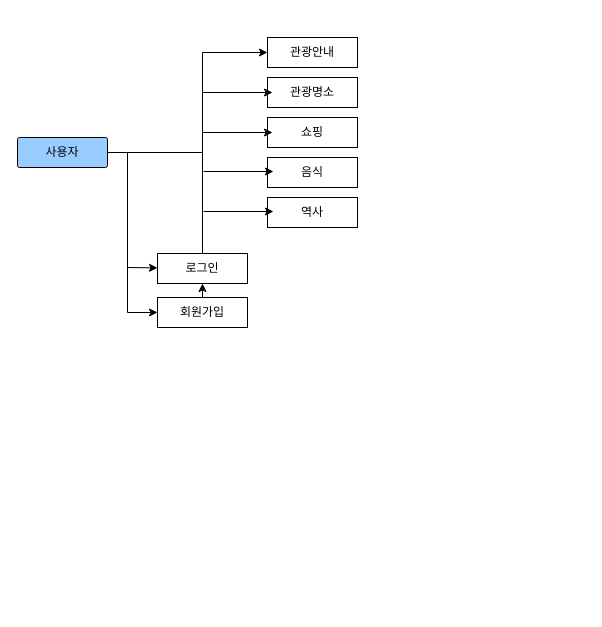
Before: UI Process.drawio in NAMSONGYOON/html5, a draw.io diagram. Source tidied: cells renumbered, new cells numbered last; positions are measured from the earlier drawing's top-left corner, leaving out a move shared by most shapes. Both pictures are drawn from the tidied source at 100%, with x=0, y=0 at pixel (17, 37).
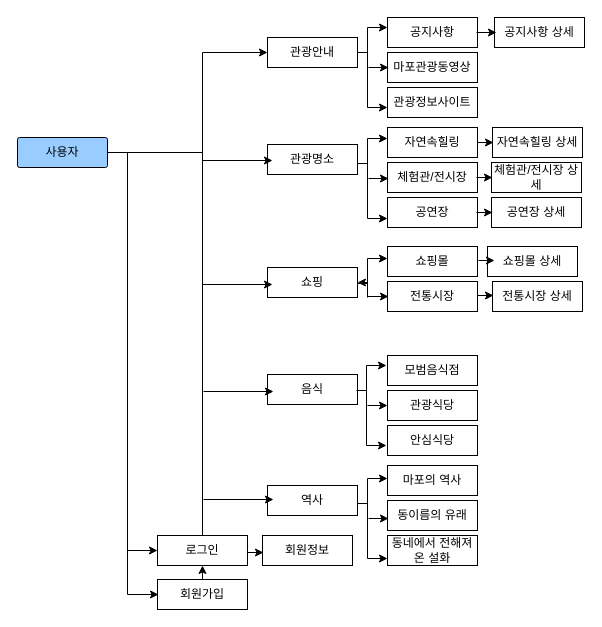
After the change.

Unchanged cells that the change refers to:
```xml
<mxCell id="2" value="사용자" style="rounded=1;whiteSpace=wrap;html=1;fillColor=#99CCFF;arcSize=7;" parent="1" vertex="1">
  <mxGeometry y="100" width="90" height="30" as="geometry" />
</mxCell>
<mxCell id="5" value="관광안내" style="rounded=0;whiteSpace=wrap;html=1;fillColor=#FFFFFF;" parent="1" vertex="1">
  <mxGeometry x="250" width="90" height="30" as="geometry" />
</mxCell>
```

What changed in the source:
```diff
@@
     <mxCell id="3" value="로그인" style="rounded=0;whiteSpace=wrap;html=1;fillColor=#FFFFFF;" parent="1" vertex="1">
-      <mxGeometry x="140" y="216" width="90" height="30" as="geometry" />
+      <mxGeometry x="140" y="498" width="90" height="30" as="geometry" />
     </mxCell>
     <mxCell id="4" value="회원가입" style="rounded=0;whiteSpace=wrap;html=1;fillColor=#FFFFFF;" parent="1" vertex="1">
-      <mxGeometry x="140" y="260" width="90" height="30" as="geometry" />
+      <mxGeometry x="140" y="542" width="90" height="30" as="geometry" />
     </mxCell>
@@
     <mxCell id="6" value="관광명소" style="rounded=0;whiteSpace=wrap;html=1;fillColor=#FFFFFF;" parent="1" vertex="1">
-      <mxGeometry x="250" y="40" width="90" height="30" as="geometry" />
+      <mxGeometry x="250" y="107" width="90" height="30" as="geometry" />
     </mxCell>
     <mxCell id="7" value="쇼핑" style="rounded=0;whiteSpace=wrap;html=1;fillColor=#FFFFFF;" parent="1" vertex="1">
-      <mxGeometry x="250" y="80" width="90" height="30" as="geometry" />
+      <mxGeometry x="250" y="230" width="90" height="30" as="geometry" />
     </mxCell>
     <mxCell id="8" value="음식" style="rounded=0;whiteSpace=wrap;html=1;fillColor=#FFFFFF;" parent="1" vertex="1">
-      <mxGeometry x="250" y="120" width="90" height="30" as="geometry" />
+      <mxGeometry x="250" y="337" width="90" height="30" as="geometry" />
     </mxCell>
     <mxCell id="9" value="역사" style="rounded=0;whiteSpace=wrap;html=1;fillColor=#FFFFFF;" parent="1" vertex="1">
-      <mxGeometry x="250" y="160" width="90" height="30" as="geometry" />
+      <mxGeometry x="250" y="448" width="90" height="30" as="geometry" />
     </mxCell>
     <mxCell id="10" style="endArrow=classic;html=1;rounded=0;exitX=1;exitY=0.5;exitDx=0;exitDy=0;" parent="1" edge="1" source="2" target="3">
       <mxGeometry relative="1" as="geometry">
         <Array as="points">
           <mxPoint x="110" y="115" />
-          <mxPoint x="110" y="230" />
+          <mxPoint x="110" y="513" />
         </Array>
       </mxGeometry>
     </mxCell>
-    <mxCell id="11" style="endArrow=classic;html=1;rounded=0;entryX=0;entryY=0.5;entryDx=0;entryDy=0;" parent="1" edge="1" target="4">
+    <mxCell id="11" style="endArrow=classic;html=1;rounded=0;entryX=0;entryY=0.5;entryDx=0;entryDy=0;" parent="1" edge="1">
       <mxGeometry relative="1" as="geometry">
         <mxPoint x="110" y="230" as="sourcePoint" />
+        <mxPoint x="141" y="557" as="targetPoint" />
         <Array as="points">
-          <mxPoint x="110" y="275" />
+          <mxPoint x="110" y="557" />
         </Array>
       </mxGeometry>
     </mxCell>
@@
     <mxCell id="15" style="endArrow=classic;html=1;rounded=0;entryX=0;entryY=0.5;entryDx=0;entryDy=0;" parent="1" edge="1">
       <mxGeometry relative="1" as="geometry">
-        <mxPoint x="185" y="55" as="sourcePoint" />
-        <mxPoint x="255" y="55" as="targetPoint" />
+        <mxPoint x="185" y="123" as="sourcePoint" />
+        <mxPoint x="255" y="123" as="targetPoint" />
       </mxGeometry>
     </mxCell>
     <mxCell id="16" style="endArrow=classic;html=1;rounded=0;entryX=0;entryY=0.5;entryDx=0;entryDy=0;" parent="1" edge="1">
       <mxGeometry relative="1" as="geometry">
-        <mxPoint x="185" y="95" as="sourcePoint" />
-        <mxPoint x="255" y="95" as="targetPoint" />
+        <mxPoint x="185" y="247" as="sourcePoint" />
+        <mxPoint x="255" y="247" as="targetPoint" />
       </mxGeometry>
     </mxCell>
     <mxCell id="17" style="endArrow=classic;html=1;rounded=0;entryX=0;entryY=0.5;entryDx=0;entryDy=0;" parent="1" edge="1">
       <mxGeometry relative="1" as="geometry">
-        <mxPoint x="186" y="134" as="sourcePoint" />
-        <mxPoint x="256" y="134" as="targetPoint" />
+        <mxPoint x="186" y="354" as="sourcePoint" />
+        <mxPoint x="256" y="354" as="targetPoint" />
       </mxGeometry>
     </mxCell>
     <mxCell id="18" style="endArrow=classic;html=1;rounded=0;entryX=0;entryY=0.5;entryDx=0;entryDy=0;" parent="1" edge="1">
       <mxGeometry relative="1" as="geometry">
-        <mxPoint x="186" y="174" as="sourcePoint" />
-        <mxPoint x="256" y="174" as="targetPoint" />
+        <mxPoint x="186" y="462" as="sourcePoint" />
+        <mxPoint x="256" y="462" as="targetPoint" />
       </mxGeometry>
     </mxCell>
+    <mxCell id="19" value="공지사항" style="rounded=0;whiteSpace=wrap;html=1;fillColor=#FFFFFF;" parent="1" vertex="1">
+      <mxGeometry x="370" y="-20" width="90" height="30" as="geometry" />
+    </mxCell>
+    <mxCell id="20" value="마포관광동영상" style="rounded=0;whiteSpace=wrap;html=1;fillColor=#FFFFFF;" parent="1" vertex="1">
+      <mxGeometry x="370" y="15" width="90" height="30" as="geometry" />
+    </mxCell>
+    <mxCell id="21" value="관광정보사이트" style="rounded=0;whiteSpace=wrap;html=1;fillColor=#FFFFFF;" parent="1" vertex="1">
+      <mxGeometry x="370" y="50" width="90" height="30" as="geometry" />
+    </mxCell>
+    <mxCell id="22" value="공지사항 상세" style="rounded=0;whiteSpace=wrap;html=1;fillColor=#FFFFFF;" parent="1" vertex="1">
+      <mxGeometry x="477" y="-20" width="90" height="30" as="geometry" />
+    </mxCell>
+    <mxCell id="23" value="자연속힐링" style="rounded=0;whiteSpace=wrap;html=1;fillColor=#FFFFFF;" parent="1" vertex="1">
+      <mxGeometry x="370" y="90" width="90" height="30" as="geometry" />
+    </mxCell>
+    <mxCell id="24" value="체험관/전시장" style="rounded=0;whiteSpace=wrap;html=1;fillColor=#FFFFFF;" parent="1" vertex="1">
+      <mxGeometry x="370" y="125" width="90" height="30" as="geometry" />
+    </mxCell>
+    <mxCell id="25" value="공연장" style="rounded=0;whiteSpace=wrap;html=1;fillColor=#FFFFFF;" parent="1" vertex="1">
+      <mxGeometry x="370" y="160" width="90" height="30" as="geometry" />
+    </mxCell>
+    <mxCell id="26" value="자연속힐링 상세" style="rounded=0;whiteSpace=wrap;html=1;fillColor=#FFFFFF;" parent="1" vertex="1">
+      <mxGeometry x="475" y="90" width="90" height="30" as="geometry" />
+    </mxCell>
+    <mxCell id="27" value="쇼핑몰" style="rounded=0;whiteSpace=wrap;html=1;fillColor=#FFFFFF;" parent="1" vertex="1">
+      <mxGeometry x="370" y="209" width="90" height="30" as="geometry" />
+    </mxCell>
+    <mxCell id="28" style="edgeStyle=orthogonalEdgeStyle;rounded=0;jettySize=auto;html=1;" parent="1" edge="1" source="29" target="7">
+      <mxGeometry relative="1" as="geometry" />
+    </mxCell>
+    <mxCell id="29" value="전통시장" style="rounded=0;whiteSpace=wrap;html=1;fillColor=#FFFFFF;" parent="1" vertex="1">
+      <mxGeometry x="370" y="244" width="90" height="30" as="geometry" />
+    </mxCell>
+    <mxCell id="30" value="쇼핑몰 상세" style="rounded=0;whiteSpace=wrap;html=1;fillColor=#FFFFFF;" parent="1" vertex="1">
+      <mxGeometry x="470" y="209" width="90" height="30" as="geometry" />
+    </mxCell>
+    <mxCell id="31" value="모범음식점" style="rounded=0;whiteSpace=wrap;html=1;fillColor=#FFFFFF;" parent="1" vertex="1">
+      <mxGeometry x="370" y="318" width="90" height="30" as="geometry" />
+    </mxCell>
+    <mxCell id="32" value="관광식당" style="rounded=0;whiteSpace=wrap;html=1;fillColor=#FFFFFF;" parent="1" vertex="1">
+      <mxGeometry x="370" y="353" width="90" height="30" as="geometry" />
+    </mxCell>
+    <mxCell id="33" value="안심식당" style="rounded=0;whiteSpace=wrap;html=1;fillColor=#FFFFFF;" parent="1" vertex="1">
+      <mxGeometry x="370" y="388" width="90" height="30" as="geometry" />
+    </mxCell>
+    <mxCell id="34" value="마포의 역사" style="rounded=0;whiteSpace=wrap;html=1;fillColor=#FFFFFF;" parent="1" vertex="1">
+      <mxGeometry x="370" y="428" width="90" height="30" as="geometry" />
+    </mxCell>
+    <mxCell id="35" value="동이름의 유래" style="rounded=0;whiteSpace=wrap;html=1;fillColor=#FFFFFF;" parent="1" vertex="1">
+      <mxGeometry x="370" y="463" width="90" height="30" as="geometry" />
+    </mxCell>
+    <mxCell id="36" value="동네에서 전해져 온 설화" style="rounded=0;whiteSpace=wrap;html=1;fillColor=#FFFFFF;" parent="1" vertex="1">
+      <mxGeometry x="370" y="498" width="90" height="30" as="geometry" />
+    </mxCell>
+    <mxCell id="37" value="전통시장 상세" style="rounded=0;whiteSpace=wrap;html=1;fillColor=#FFFFFF;" parent="1" vertex="1">
+      <mxGeometry x="475" y="244" width="90" height="30" as="geometry" />
+    </mxCell>
+    <mxCell id="38" value="체험관/전시장 상세" style="rounded=0;whiteSpace=wrap;html=1;fillColor=#FFFFFF;" parent="1" vertex="1">
+      <mxGeometry x="474" y="125" width="90" height="30" as="geometry" />
+    </mxCell>
+    <mxCell id="39" value="공연장 상세" style="rounded=0;whiteSpace=wrap;html=1;fillColor=#FFFFFF;" parent="1" vertex="1">
+      <mxGeometry x="474" y="160" width="90" height="30" as="geometry" />
+    </mxCell>
+    <mxCell id="40" style="endArrow=none;html=1;rounded=0;exitX=1;exitY=0.5;exitDx=0;exitDy=0;" parent="1" edge="1" source="5">
+      <mxGeometry relative="1" as="geometry">
+        <mxPoint x="350" y="15" as="targetPoint" />
+      </mxGeometry>
+    </mxCell>
+    <mxCell id="41" style="endArrow=none;html=1;rounded=0;" parent="1" edge="1">
+      <mxGeometry relative="1" as="geometry">
+        <mxPoint x="350" y="-10" as="sourcePoint" />
+        <mxPoint x="350" y="70" as="targetPoint" />
+      </mxGeometry>
+    </mxCell>
+    <mxCell id="42" style="endArrow=classic;html=1;rounded=0;" parent="1" edge="1">
+      <mxGeometry relative="1" as="geometry">
+        <mxPoint x="350" y="-10" as="sourcePoint" />
+        <mxPoint x="370" y="-10" as="targetPoint" />
+      </mxGeometry>
+    </mxCell>
+    <mxCell id="43" style="endArrow=classic;html=1;rounded=0;" parent="1" edge="1">
+      <mxGeometry relative="1" as="geometry">
+        <mxPoint x="351" y="30" as="sourcePoint" />
+        <mxPoint x="371" y="30" as="targetPoint" />
+      </mxGeometry>
+    </mxCell>
+    <mxCell id="44" style="endArrow=classic;html=1;rounded=0;" parent="1" edge="1">
+      <mxGeometry relative="1" as="geometry">
+        <mxPoint x="350" y="70" as="sourcePoint" />
+        <mxPoint x="370" y="70" as="targetPoint" />
+      </mxGeometry>
+    </mxCell>
+    <mxCell id="45" style="endArrow=none;html=1;rounded=0;exitX=1;exitY=0.5;exitDx=0;exitDy=0;" parent="1" edge="1">
+      <mxGeometry relative="1" as="geometry">
+        <mxPoint x="340" y="126" as="sourcePoint" />
+        <mxPoint x="350" y="126" as="targetPoint" />
+      </mxGeometry>
+    </mxCell>
+    <mxCell id="46" style="endArrow=none;html=1;rounded=0;" parent="1" edge="1">
+      <mxGeometry relative="1" as="geometry">
+        <mxPoint x="350" y="101" as="sourcePoint" />
+        <mxPoint x="350" y="181" as="targetPoint" />
+      </mxGeometry>
+    </mxCell>
+    <mxCell id="47" style="endArrow=classic;html=1;rounded=0;" parent="1" edge="1">
+      <mxGeometry relative="1" as="geometry">
+        <mxPoint x="350" y="101" as="sourcePoint" />
+        <mxPoint x="370" y="101" as="targetPoint" />
+      </mxGeometry>
+    </mxCell>
+    <mxCell id="48" style="endArrow=classic;html=1;rounded=0;" parent="1" edge="1">
+      <mxGeometry relative="1" as="geometry">
+        <mxPoint x="351" y="141" as="sourcePoint" />
+        <mxPoint x="371" y="141" as="targetPoint" />
+      </mxGeometry>
+    </mxCell>
+    <mxCell id="49" style="endArrow=classic;html=1;rounded=0;" parent="1" edge="1">
+      <mxGeometry relative="1" as="geometry">
+        <mxPoint x="350" y="181" as="sourcePoint" />
+        <mxPoint x="370" y="181" as="targetPoint" />
+      </mxGeometry>
+    </mxCell>
+    <mxCell id="50" style="endArrow=none;html=1;rounded=0;exitX=1;exitY=0.5;exitDx=0;exitDy=0;" parent="1" edge="1">
+      <mxGeometry relative="1" as="geometry">
+        <mxPoint x="340" y="246" as="sourcePoint" />
+        <mxPoint x="350" y="246" as="targetPoint" />
+      </mxGeometry>
+    </mxCell>
+    <mxCell id="51" style="endArrow=none;html=1;rounded=0;" parent="1" edge="1">
+      <mxGeometry relative="1" as="geometry">
+        <mxPoint x="350" y="221" as="sourcePoint" />
+        <mxPoint x="350" y="260" as="targetPoint" />
+      </mxGeometry>
+    </mxCell>
+    <mxCell id="52" style="endArrow=classic;html=1;rounded=0;" parent="1" edge="1">
+      <mxGeometry relative="1" as="geometry">
+        <mxPoint x="350" y="221" as="sourcePoint" />
+        <mxPoint x="370" y="221" as="targetPoint" />
+      </mxGeometry>
+    </mxCell>
+    <mxCell id="53" style="endArrow=classic;html=1;rounded=0;" parent="1" edge="1">
+      <mxGeometry relative="1" as="geometry">
+        <mxPoint x="351" y="259" as="sourcePoint" />
+        <mxPoint x="371" y="259" as="targetPoint" />
+      </mxGeometry>
+    </mxCell>
+    <mxCell id="54" style="endArrow=none;html=1;rounded=0;exitX=1;exitY=0.5;exitDx=0;exitDy=0;" parent="1" edge="1">
+      <mxGeometry relative="1" as="geometry">
+        <mxPoint x="339" y="353" as="sourcePoint" />
+        <mxPoint x="349" y="353" as="targetPoint" />
+      </mxGeometry>
+    </mxCell>
+    <mxCell id="55" style="endArrow=none;html=1;rounded=0;" parent="1" edge="1">
+      <mxGeometry relative="1" as="geometry">
+        <mxPoint x="349" y="328" as="sourcePoint" />
+        <mxPoint x="349" y="408" as="targetPoint" />
+      </mxGeometry>
+    </mxCell>
+    <mxCell id="56" style="endArrow=classic;html=1;rounded=0;" parent="1" edge="1">
+      <mxGeometry relative="1" as="geometry">
+        <mxPoint x="349" y="328" as="sourcePoint" />
+        <mxPoint x="369" y="328" as="targetPoint" />
+      </mxGeometry>
+    </mxCell>
+    <mxCell id="57" style="endArrow=classic;html=1;rounded=0;" parent="1" edge="1">
+      <mxGeometry relative="1" as="geometry">
+        <mxPoint x="350" y="368" as="sourcePoint" />
+        <mxPoint x="370" y="368" as="targetPoint" />
+      </mxGeometry>
+    </mxCell>
+    <mxCell id="58" style="endArrow=classic;html=1;rounded=0;" parent="1" edge="1">
+      <mxGeometry relative="1" as="geometry">
+        <mxPoint x="349" y="408" as="sourcePoint" />
+        <mxPoint x="369" y="408" as="targetPoint" />
+      </mxGeometry>
+    </mxCell>
+    <mxCell id="59" style="endArrow=none;html=1;rounded=0;exitX=1;exitY=0.5;exitDx=0;exitDy=0;" parent="1" edge="1">
+      <mxGeometry relative="1" as="geometry">
+        <mxPoint x="340" y="466" as="sourcePoint" />
+        <mxPoint x="350" y="466" as="targetPoint" />
+      </mxGeometry>
+    </mxCell>
+    <mxCell id="60" style="endArrow=none;html=1;rounded=0;" parent="1" edge="1">
+      <mxGeometry relative="1" as="geometry">
+        <mxPoint x="350" y="441" as="sourcePoint" />
+        <mxPoint x="350" y="521" as="targetPoint" />
+      </mxGeometry>
+    </mxCell>
+    <mxCell id="61" style="endArrow=classic;html=1;rounded=0;" parent="1" edge="1">
+      <mxGeometry relative="1" as="geometry">
+        <mxPoint x="350" y="441" as="sourcePoint" />
+        <mxPoint x="370" y="441" as="targetPoint" />
+      </mxGeometry>
+    </mxCell>
+    <mxCell id="62" style="endArrow=classic;html=1;rounded=0;" parent="1" edge="1">
+      <mxGeometry relative="1" as="geometry">
+        <mxPoint x="351" y="481" as="sourcePoint" />
+        <mxPoint x="371" y="481" as="targetPoint" />
+      </mxGeometry>
+    </mxCell>
+    <mxCell id="63" style="endArrow=classic;html=1;rounded=0;" parent="1" edge="1">
+      <mxGeometry relative="1" as="geometry">
+        <mxPoint x="350" y="521" as="sourcePoint" />
+        <mxPoint x="370" y="521" as="targetPoint" />
+      </mxGeometry>
+    </mxCell>
+    <mxCell id="64" style="endArrow=classic;html=1;rounded=0;" parent="1" edge="1">
+      <mxGeometry relative="1" as="geometry">
+        <mxPoint x="459" y="-5" as="sourcePoint" />
+        <mxPoint x="479" y="-5" as="targetPoint" />
+      </mxGeometry>
+    </mxCell>
+    <mxCell id="65" style="endArrow=classic;html=1;rounded=0;" parent="1" edge="1">
+      <mxGeometry relative="1" as="geometry">
+        <mxPoint x="460" y="105" as="sourcePoint" />
+        <mxPoint x="476" y="105" as="targetPoint" />
+      </mxGeometry>
+    </mxCell>
+    <mxCell id="66" style="endArrow=classic;html=1;rounded=0;" parent="1" edge="1">
+      <mxGeometry relative="1" as="geometry">
+        <mxPoint x="459" y="140" as="sourcePoint" />
+        <mxPoint x="475" y="140" as="targetPoint" />
+      </mxGeometry>
+    </mxCell>
+    <mxCell id="67" style="endArrow=classic;html=1;rounded=0;" parent="1" edge="1">
+      <mxGeometry relative="1" as="geometry">
+        <mxPoint x="459" y="175" as="sourcePoint" />
+        <mxPoint x="475" y="175" as="targetPoint" />
+      </mxGeometry>
+    </mxCell>
+    <mxCell id="68" style="endArrow=classic;html=1;rounded=0;" parent="1" edge="1">
+      <mxGeometry relative="1" as="geometry">
+        <mxPoint x="461" y="223" as="sourcePoint" />
+        <mxPoint x="477" y="223" as="targetPoint" />
+      </mxGeometry>
+    </mxCell>
+    <mxCell id="69" style="endArrow=classic;html=1;rounded=0;" parent="1" edge="1">
+      <mxGeometry relative="1" as="geometry">
+        <mxPoint x="460" y="258" as="sourcePoint" />
+        <mxPoint x="476" y="258" as="targetPoint" />
+      </mxGeometry>
+    </mxCell>
+    <mxCell id="70" value="회원정보" style="rounded=0;whiteSpace=wrap;html=1;fillColor=#FFFFFF;" parent="1" vertex="1">
+      <mxGeometry x="245" y="498" width="90" height="30" as="geometry" />
+    </mxCell>
+    <mxCell id="71" style="endArrow=classic;html=1;rounded=0;" parent="1" edge="1">
+      <mxGeometry relative="1" as="geometry">
+        <mxPoint x="230" y="515" as="sourcePoint" />
+        <mxPoint x="246" y="515" as="targetPoint" />
+      </mxGeometry>
+    </mxCell>
```
